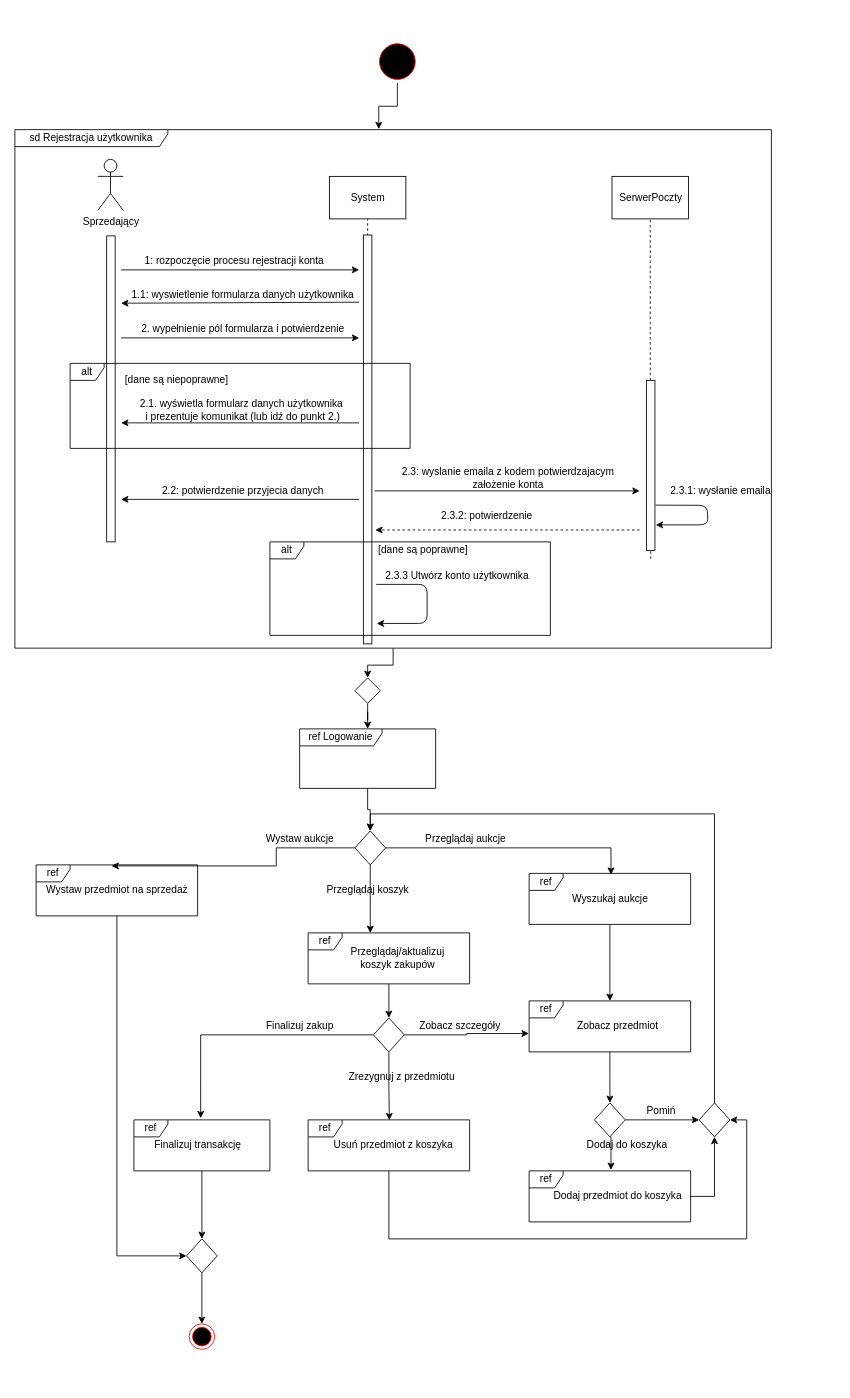
kamilmix/e-learning_UCD keeps this draw.io diagram as Projekt 6 - Diagram sterowania interakcja.drawio. Above is the earlier version. Source tidied: cells renumbered, new cells numbered last; positions are measured from the earlier drawing's top-left corner, leaving out a move shared by most shapes. Both pictures are drawn from the tidied source at 85%, with x=0, y=0 at pixel (14, 40).
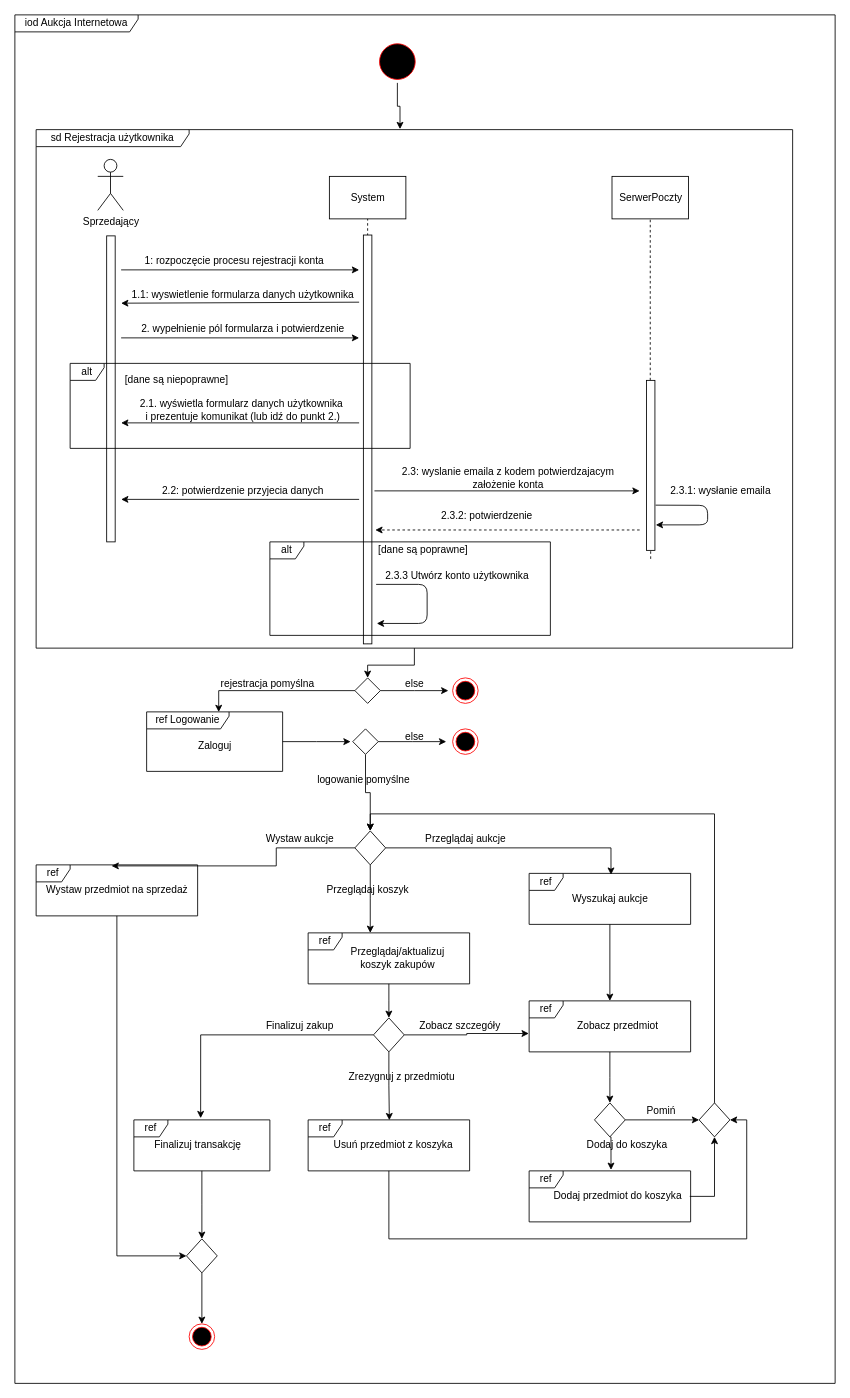
Above is the later version.

The change refers to these unchanged cells:
```xml
<mxCell id="7" style="rhombus;whiteSpace=wrap;html=1;" parent="1" vertex="1">
  <mxGeometry x="400" y="930" width="36.2" height="40" as="geometry" />
</mxCell>
<mxCell id="11" style="rhombus;whiteSpace=wrap;html=1;" parent="1" vertex="1">
  <mxGeometry x="400" y="750" width="30" height="30" as="geometry" />
</mxCell>
```

The edit, as a diff of the source:
```diff
@@
-    <mxCell id="8" style="edgeStyle=orthogonalEdgeStyle;rounded=0;jettySize=auto;html=1;" parent="1" edge="1" source="9" target="7">
-      <mxGeometry relative="1" as="geometry" />
-    </mxCell>
+    <mxCell id="86" style="edgeStyle=orthogonalEdgeStyle;rounded=0;jettySize=auto;html=1;" parent="1" edge="1" source="9">
+      <mxGeometry relative="1" as="geometry">
+        <mxPoint x="395" y="825" as="targetPoint" />
+      </mxGeometry>
+    </mxCell>
     <mxCell id="9" value="ref Logowanie" style="shape=umlFrame;whiteSpace=wrap;html=1;width=97;height=20;" parent="1" vertex="1">
-      <mxGeometry x="335" y="810" width="160" height="70" as="geometry" />
+      <mxGeometry x="155" y="790" width="160" height="70" as="geometry" />
     </mxCell>
-    <mxCell id="10" style="edgeStyle=orthogonalEdgeStyle;rounded=0;jettySize=auto;html=1;" parent="1" edge="1" source="11" target="9">
+    <mxCell id="10" style="edgeStyle=orthogonalEdgeStyle;rounded=0;jettySize=auto;html=1;exitX=0;exitY=0.5;exitDx=0;exitDy=0;entryX=0.53;entryY=0.003;entryDx=0;entryDy=0;entryPerimeter=0;" parent="1" edge="1" source="11" target="9">
       <mxGeometry relative="1" as="geometry" />
     </mxCell>
+    <mxCell id="87" style="edgeStyle=orthogonalEdgeStyle;rounded=0;jettySize=auto;html=1;" parent="1" edge="1" source="11">
+      <mxGeometry relative="1" as="geometry">
+        <mxPoint x="510" y="765" as="targetPoint" />
+      </mxGeometry>
+    </mxCell>
@@
     <mxCell id="85" value="sd Rejestracja użytkownika" style="shape=umlFrame;whiteSpace=wrap;html=1;width=180;height=20;" parent="1" vertex="1">
-      <mxGeometry y="105" width="890" height="610" as="geometry" />
+      <mxGeometry x="25" y="105" width="890" height="610" as="geometry" />
     </mxCell>
+    <mxCell id="88" value="rejestracja pomyślna" style="text;html=1;align=center;verticalAlign=middle;" parent="1" vertex="1">
+      <mxGeometry x="232" y="747" width="130" height="20" as="geometry" />
+    </mxCell>
+    <mxCell id="89" value="else" style="text;html=1;align=center;verticalAlign=middle;" parent="1" vertex="1">
+      <mxGeometry x="450" y="747" width="40" height="20" as="geometry" />
+    </mxCell>
+    <mxCell id="90" style="ellipse;html=1;shape=endState;fillColor=#000000;strokeColor=#ff0000;" parent="1" vertex="1">
+      <mxGeometry x="515" y="750" width="30" height="30" as="geometry" />
+    </mxCell>
+    <mxCell id="91" style="edgeStyle=orthogonalEdgeStyle;rounded=0;jettySize=auto;html=1;" parent="1" edge="1" source="93">
+      <mxGeometry relative="1" as="geometry">
+        <mxPoint x="507.5" y="825" as="targetPoint" />
+      </mxGeometry>
+    </mxCell>
+    <mxCell id="92" style="edgeStyle=orthogonalEdgeStyle;rounded=0;jettySize=auto;html=1;entryX=0.5;entryY=0;entryDx=0;entryDy=0;" parent="1" edge="1" source="93" target="7">
+      <mxGeometry relative="1" as="geometry" />
+    </mxCell>
+    <mxCell id="93" style="rhombus;whiteSpace=wrap;html=1;" parent="1" vertex="1">
+      <mxGeometry x="397.5" y="810" width="30" height="30" as="geometry" />
+    </mxCell>
+    <mxCell id="94" style="ellipse;html=1;shape=endState;fillColor=#000000;strokeColor=#ff0000;" parent="1" vertex="1">
+      <mxGeometry x="515" y="810" width="30" height="30" as="geometry" />
+    </mxCell>
+    <mxCell id="95" value="else" style="text;html=1;align=center;verticalAlign=middle;" parent="1" vertex="1">
+      <mxGeometry x="450" y="810" width="40" height="20" as="geometry" />
+    </mxCell>
+    <mxCell id="96" value="logowanie pomyślne" style="text;html=1;align=center;verticalAlign=middle;" parent="1" vertex="1">
+      <mxGeometry x="350" y="860" width="120" height="20" as="geometry" />
+    </mxCell>
+    <mxCell id="97" value="Zaloguj" style="text;html=1;align=center;verticalAlign=middle;" parent="1" vertex="1">
+      <mxGeometry x="210" y="820" width="50" height="20" as="geometry" />
+    </mxCell>
+    <mxCell id="98" value="iod Aukcja Internetowa" style="shape=umlFrame;whiteSpace=wrap;html=1;width=145;height=20;" parent="1" vertex="1">
+      <mxGeometry y="-30" width="965" height="1610" as="geometry" />
+    </mxCell>
```
